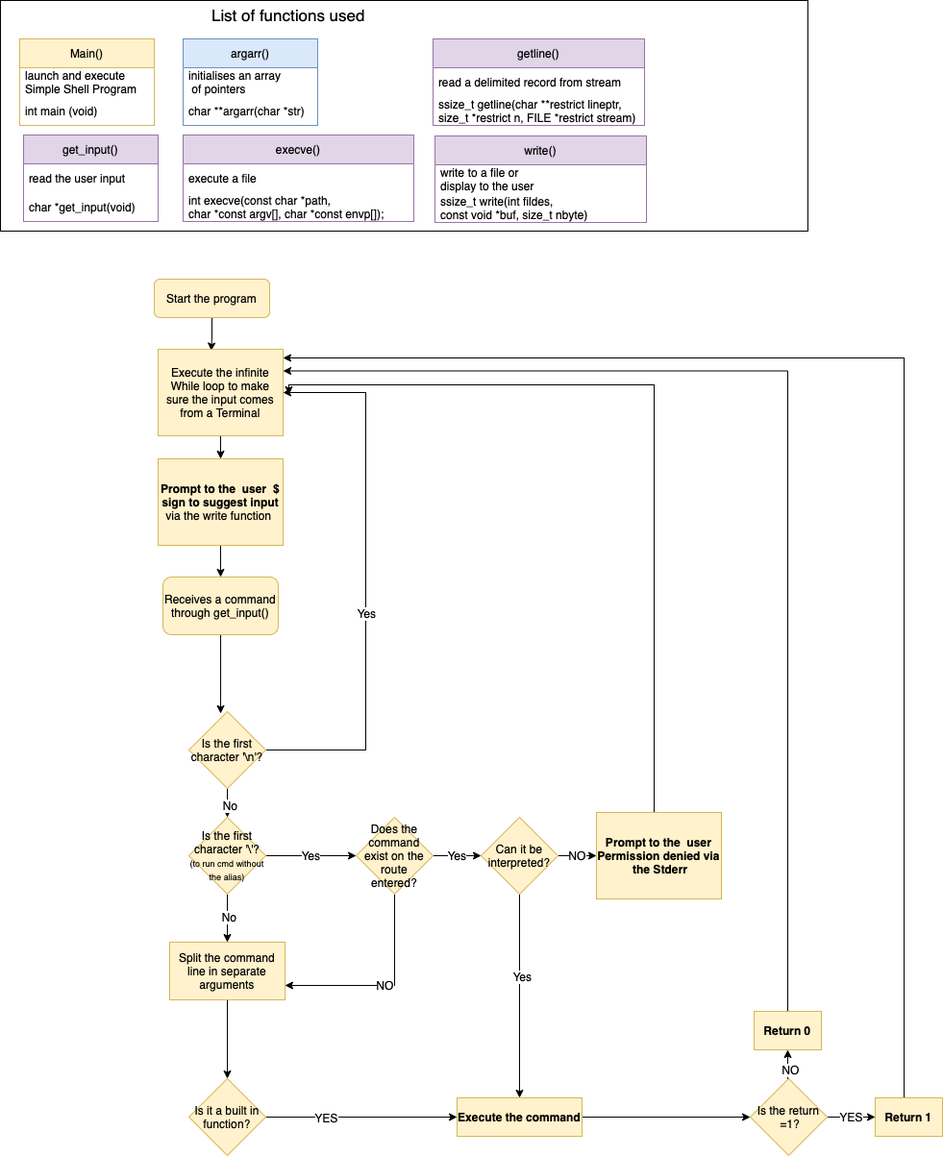
Before: Simple_shell.drawio.png, a diagram exported from draw.io (RainInApril/holbertonschool-simple_shell). Source tidied: cells renumbered, new cells last; positions are measured from the earlier drawing's top-left corner, leaving out a move shared by most shapes.
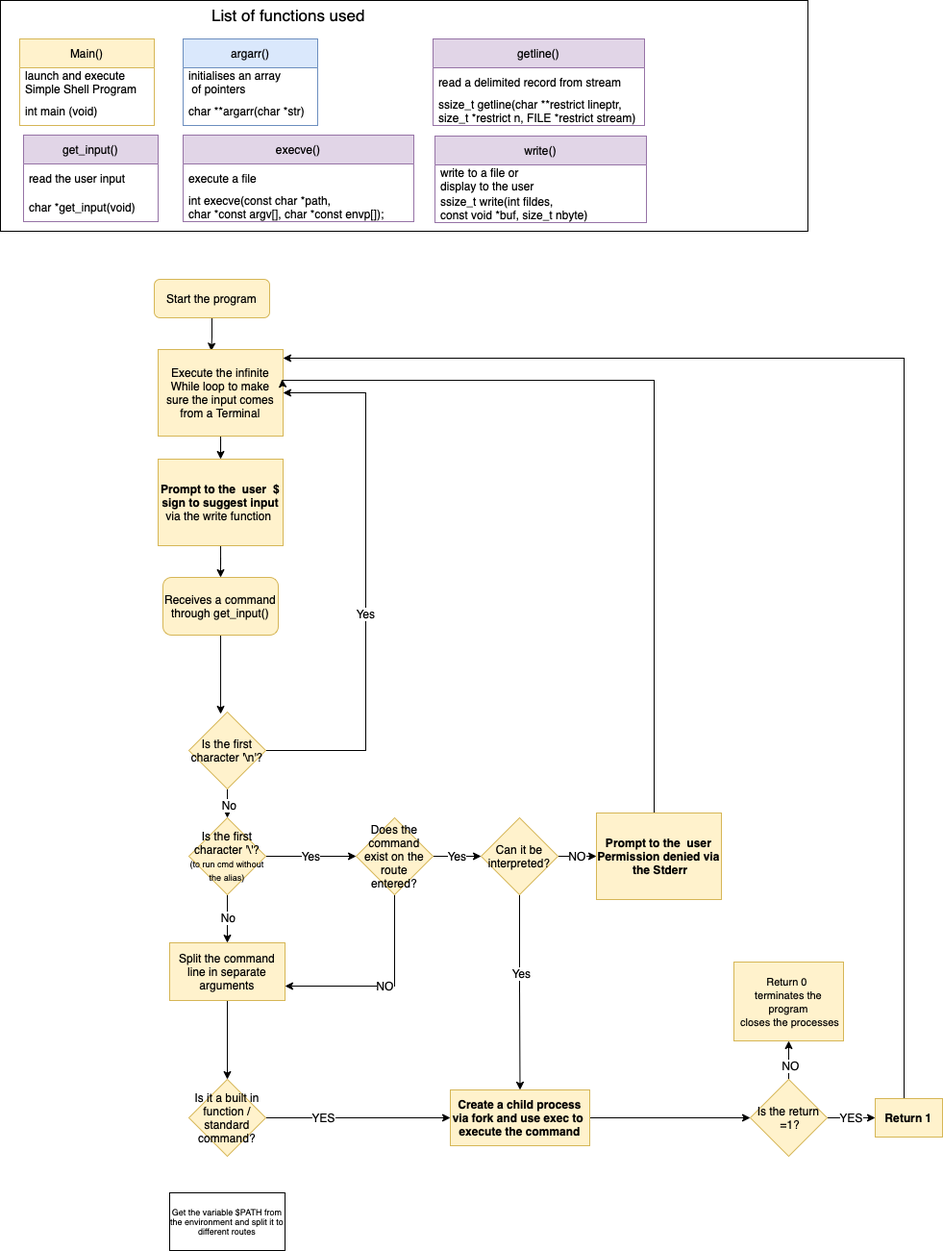
Later version of the same file.

Change to the diagram source:
```diff
@@ -149,23 +149,21 @@
     <mxCell id="47" value="Can it be interpreted?" style="rhombus;whiteSpace=wrap;html=1;fontFamily=Helvetica;fontSize=12;fillColor=#fff2cc;strokeColor=#d6b656;" parent="1" vertex="1">
       <mxGeometry x="500" y="850" width="80" height="80" as="geometry" />
     </mxCell>
-    <mxCell id="48" style="edgeStyle=orthogonalEdgeStyle;rounded=0;jettySize=auto;html=1;fontFamily=Helvetica;fontSize=12;" parent="1" edge="1" source="49">
-      <mxGeometry relative="1" as="geometry">
-        <mxPoint x="300" y="410" as="targetPoint" />
-        <Array as="points">
-          <mxPoint x="680" y="400" />
-          <mxPoint x="300" y="400" />
-        </Array>
-      </mxGeometry>
-    </mxCell>
+    <mxCell id="63" style="edgeStyle=orthogonalEdgeStyle;rounded=0;jettySize=auto;html=1;entryX=0.992;entryY=0.344;entryDx=0;entryDy=0;entryPerimeter=0;fontFamily=Helvetica;fontSize=9;" parent="1" edge="1" source="49" target="9">
+      <mxGeometry relative="1" as="geometry">
+        <Array as="points">
+          <mxPoint x="680" y="395" />
+        </Array>
+      </mxGeometry>
+    </mxCell>
     <mxCell id="49" value="&lt;b&gt;Prompt to the &amp;nbsp;user Permission denied via &amp;nbsp;the Stderr&lt;/b&gt;" style="rounded=0;whiteSpace=wrap;html=1;fillColor=#fff2cc;strokeColor=#d6b656;" parent="1" vertex="1">
       <mxGeometry x="620" y="845" width="130" height="90" as="geometry" />
     </mxCell>
     <mxCell id="50" style="edgeStyle=orthogonalEdgeStyle;rounded=0;jettySize=auto;html=1;entryX=0;entryY=0.5;entryDx=0;entryDy=0;fontFamily=Helvetica;fontSize=12;" parent="1" edge="1" source="51" target="58">
       <mxGeometry relative="1" as="geometry" />
     </mxCell>
-    <mxCell id="51" value="&lt;b&gt;Execute the command&lt;/b&gt;" style="rounded=0;whiteSpace=wrap;html=1;fillColor=#fff2cc;strokeColor=#d6b656;" parent="1" vertex="1">
-      <mxGeometry x="475" y="1142" width="130" height="40" as="geometry" />
+    <mxCell id="51" value="&lt;b&gt;Create a child process via fork and use&amp;nbsp;exec to&amp;nbsp;&lt;br&gt;execute the command&lt;/b&gt;" style="rounded=0;whiteSpace=wrap;html=1;fillColor=#fff2cc;strokeColor=#d6b656;" parent="1" vertex="1">
+      <mxGeometry x="468" y="1133" width="145" height="58" as="geometry" />
     </mxCell>
     <mxCell id="52" style="edgeStyle=orthogonalEdgeStyle;rounded=0;jettySize=auto;html=1;entryX=0;entryY=0.5;entryDx=0;entryDy=0;fontFamily=Helvetica;fontSize=12;" parent="1" edge="1" source="54" target="51">
       <mxGeometry relative="1" as="geometry" />
@@ -173,7 +171,7 @@
     <mxCell id="53" value="YES" style="edgeLabel;html=1;align=center;verticalAlign=middle;fontSize=12;fontFamily=Helvetica;" parent="52" vertex="1">
       <mxGeometry x="-0.38" relative="1" as="geometry" />
     </mxCell>
-    <mxCell id="54" value="Is it a built in function?" style="rhombus;whiteSpace=wrap;html=1;fontFamily=Helvetica;fontSize=12;fillColor=#fff2cc;strokeColor=#d6b656;" parent="1" vertex="1">
+    <mxCell id="54" value="Is it a built in function / standard command?" style="rhombus;whiteSpace=wrap;html=1;fontFamily=Helvetica;fontSize=12;fillColor=#fff2cc;strokeColor=#d6b656;" parent="1" vertex="1">
       <mxGeometry x="196" y="1122" width="80" height="80" as="geometry" />
     </mxCell>
     <mxCell id="55" value="YES" style="edgeStyle=orthogonalEdgeStyle;rounded=0;jettySize=auto;html=1;fontFamily=Helvetica;fontSize=12;entryX=0;entryY=0.5;entryDx=0;entryDy=0;" parent="1" edge="1" source="58" target="60">
@@ -198,15 +196,11 @@
     <mxCell id="60" value="&lt;b&gt;Return 1&lt;/b&gt;" style="rounded=0;whiteSpace=wrap;html=1;fillColor=#fff2cc;strokeColor=#d6b656;" parent="1" vertex="1">
       <mxGeometry x="910" y="1142" width="70" height="40" as="geometry" />
     </mxCell>
-    <mxCell id="61" style="edgeStyle=orthogonalEdgeStyle;rounded=0;jettySize=auto;html=1;entryX=1;entryY=0.25;entryDx=0;entryDy=0;fontFamily=Helvetica;fontSize=12;" parent="1" edge="1" source="62" target="9">
-      <mxGeometry relative="1" as="geometry">
-        <Array as="points">
-          <mxPoint x="819" y="386" />
-        </Array>
-      </mxGeometry>
-    </mxCell>
-    <mxCell id="62" value="&lt;b&gt;Return 0&lt;/b&gt;" style="rounded=0;whiteSpace=wrap;html=1;fillColor=#fff2cc;strokeColor=#d6b656;" parent="1" vertex="1">
-      <mxGeometry x="784" y="1052" width="70" height="40" as="geometry" />
+    <mxCell id="62" value="&lt;font style=&quot;font-size: 11px;&quot;&gt;Return 0 &lt;br&gt;terminates the program&lt;br&gt;&amp;nbsp;closes the processes&lt;/font&gt;" style="rounded=0;whiteSpace=wrap;html=1;fillColor=#fff2cc;strokeColor=#d6b656;" parent="1" vertex="1">
+      <mxGeometry x="763" y="1000" width="114" height="82" as="geometry" />
     </mxCell>
+    <mxCell id="64" value="Get the variable $PATH from the environment and split it to different routes" style="rounded=0;whiteSpace=wrap;html=1;fontFamily=Helvetica;fontSize=9;fillColor=none;" parent="1" vertex="1">
+      <mxGeometry x="176" y="1240" width="120" height="60" as="geometry" />
+    </mxCell>
   </root>
 </mxGraphModel>
```
